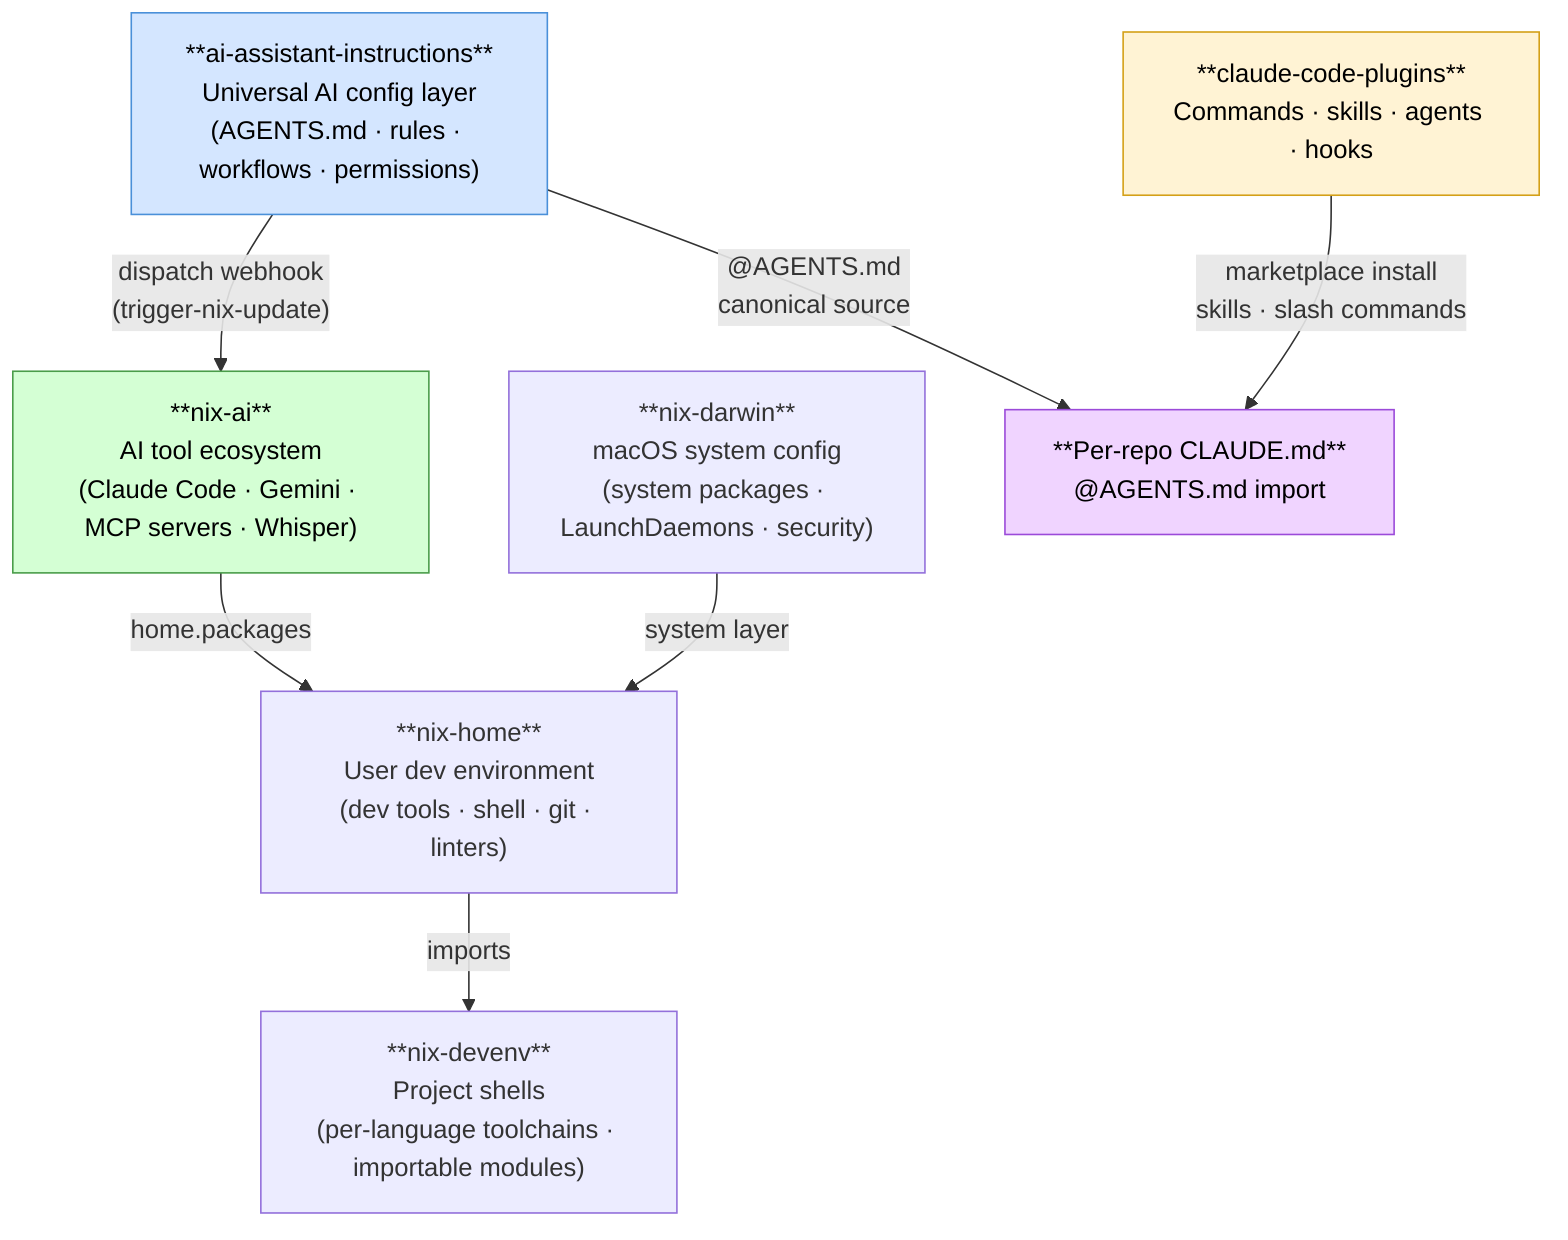
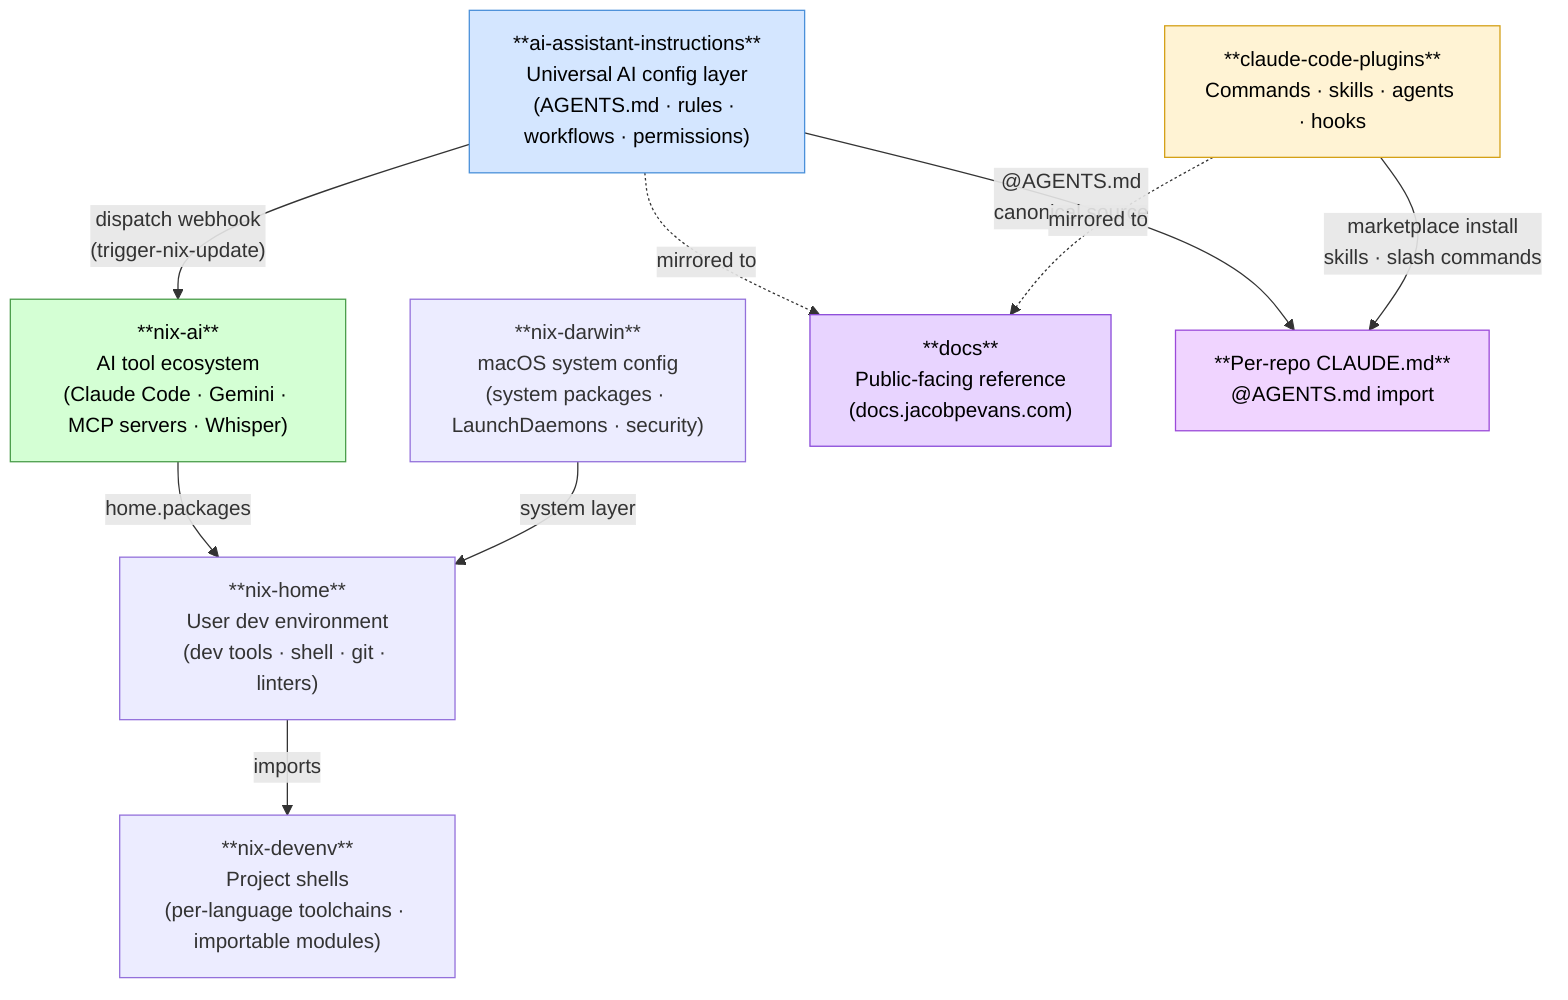
%% Ecosystem context: how ai-assistant-instructions fits into the JacobPEvans nix-ai system
graph TD
    AAI["**ai-assistant-instructions**\nUniversal AI config layer\n(AGENTS.md · rules · workflows · permissions)"]

    NixAI["**nix-ai**\nAI tool ecosystem\n(Claude Code · Gemini · MCP servers · Whisper)"]
    NixHome["**nix-home**\nUser dev environment\n(dev tools · shell · git · linters)"]
    NixDarwin["**nix-darwin**\nmacOS system config\n(system packages · LaunchDaemons · security)"]
    NixDevenv["**nix-devenv**\nProject shells\n(per-language toolchains · importable modules)"]

    Plugins["**claude-code-plugins**\nCommands · skills · agents · hooks"]
+     Docs["**docs**\nPublic-facing reference\n(docs.jacobpevans.com)"]

    PerRepo["**Per-repo CLAUDE.md**\n@AGENTS.md import"]

    AAI -->|"dispatch webhook\n(trigger-nix-update)"| NixAI
    AAI -->|"@AGENTS.md\ncanonical source"| PerRepo
    Plugins -->|"marketplace install\nskills · slash commands"| PerRepo
+     AAI -. "mirrored to" .-> Docs
+     Plugins -. "mirrored to" .-> Docs

    NixAI -->|"home.packages"| NixHome
    NixDarwin -->|"system layer"| NixHome
    NixHome -->|"imports"| NixDevenv

    style AAI fill:#d4e6ff,stroke:#4a90d9,color:#000
    style NixAI fill:#d4ffd4,stroke:#4a9d4a,color:#000
    style Plugins fill:#fff3d4,stroke:#d4a017,color:#000
+     style Docs fill:#e8d4ff,stroke:#8a4ad9,color:#000
    style PerRepo fill:#f0d4ff,stroke:#9b4ad9,color:#000
